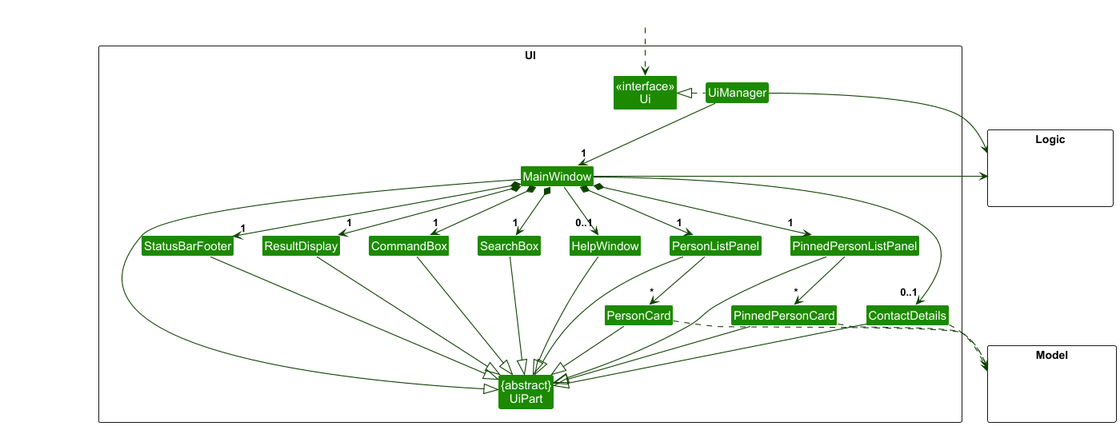
Earlier version of the PlantUML export docs/images/UiClassDiagram.png (nus-cs2103-AY2425S1/tp).
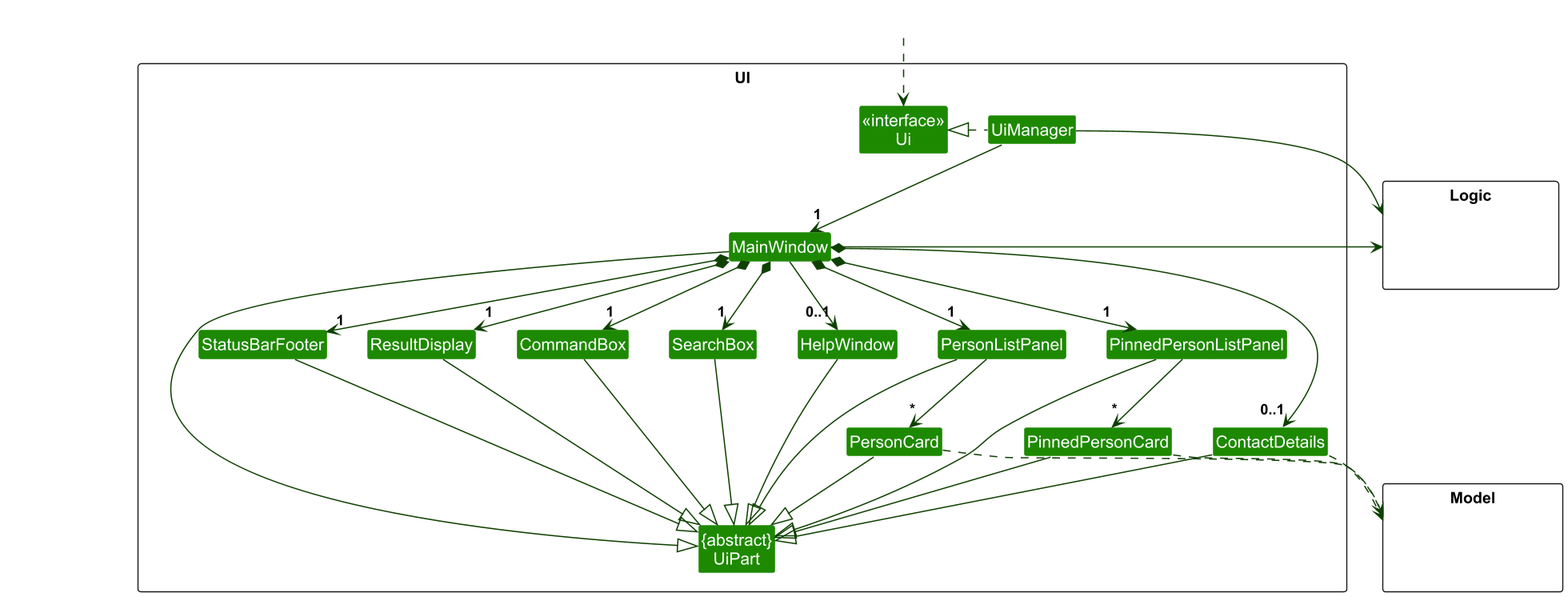
The same file after the commit.

What changed in the source:
```diff
@@ -3,6 +3,7 @@
 skinparam arrowThickness 1.1
 skinparam arrowColor UI_COLOR_T4
 skinparam classBackgroundColor UI_COLOR
+scale 2
 
 package UI <<Rectangle>>{
 Class "<<interface>>\nUi" as Ui
@@ -42,7 +43,7 @@
 MainWindow *-down-> "1" PinnedPersonListPanel
 MainWindow *-down-> "1" StatusBarFooter
 MainWindow -down-> "0..1" HelpWindow
-MainWindow -down-> "0..1" ContactDetails
+MainWindow *-down-> "0..1" ContactDetails
 
 PersonListPanel -down-> "*" PersonCard
 PinnedPersonListPanel -down-> "*" PinnedPersonCard
```
